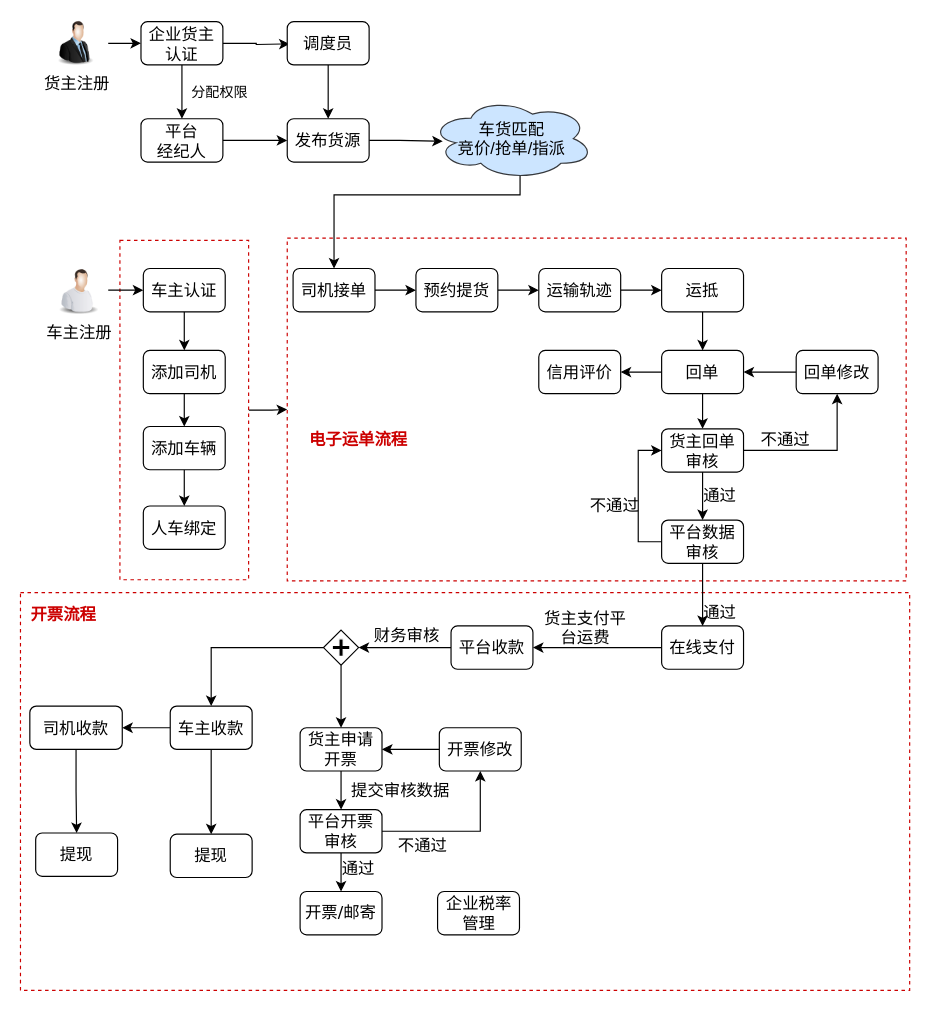
Above: 业务流程表单（新）.drawio in chenyibang/rdpwrap (draw.io), before the change. Source tidied: cells renumbered, new cells numbered last; positions are measured from the earlier drawing's top-left corner, leaving out a move shared by most shapes. Both pictures are drawn from the tidied source at 117%, with x=0, y=0 at pixel (20, 20).
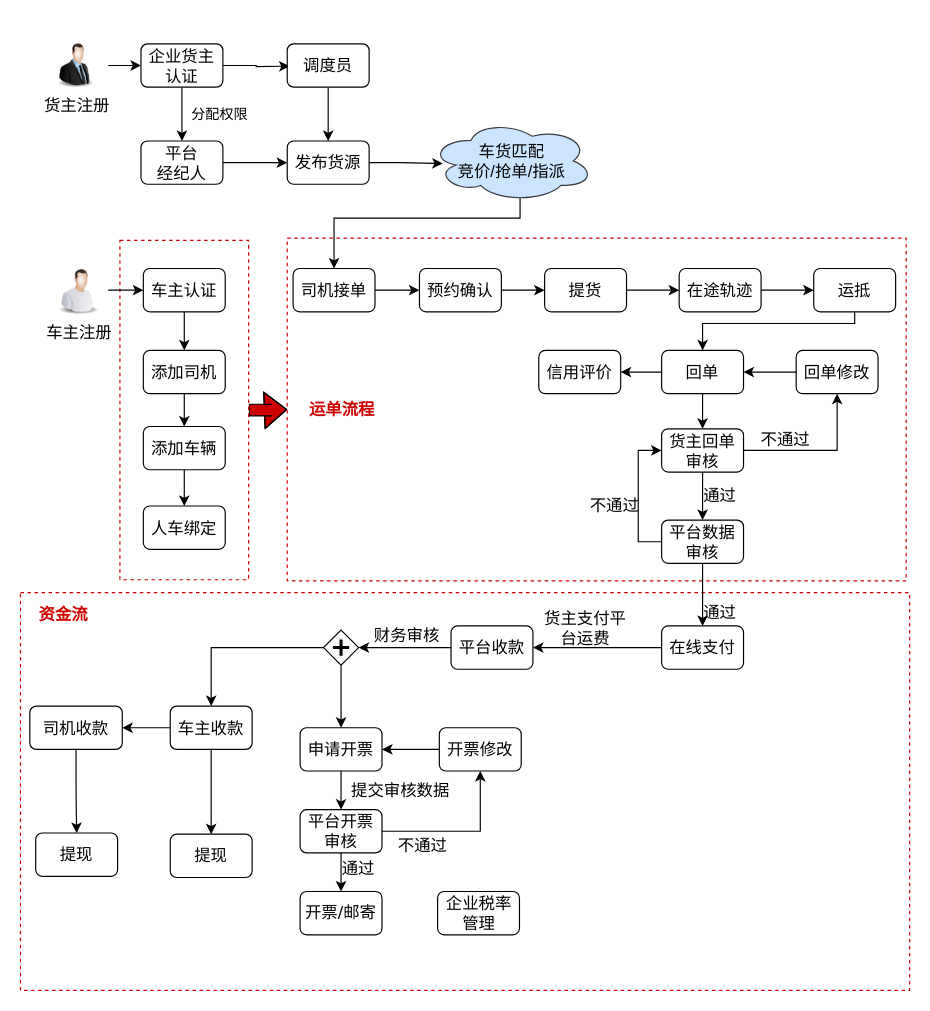
After the change.

Commit message:
更新业务流程表单（新）.drawio

The change refers to these unchanged cells:
```xml
<mxCell id="3" style="rounded=0;whiteSpace=wrap;html=1;shadow=0;glass=0;dashed=1;comic=0;fontSize=12;strokeColor=#CC0000;" parent="1" vertex="1">
  <mxGeometry x="85" y="188" width="110" height="290" as="geometry" />
</mxCell>
<mxCell id="5" style="rounded=0;whiteSpace=wrap;html=1;shadow=0;strokeWidth=1;fontFamily=Verdana;fontSize=14;dashed=1;strokeColor=#CC0000;" parent="1" vertex="1">
  <mxGeometry x="228" y="186" width="529" height="293" as="geometry" />
</mxCell>
<mxCell id="7" value="司机接单" style="rounded=1;whiteSpace=wrap;html=1;shadow=0;labelBackgroundColor=none;strokeWidth=1;fontFamily=Verdana;fontSize=14;align=center;" parent="1" vertex="1">
  <mxGeometry x="233" y="212" width="70" height="37" as="geometry" />
</mxCell>
<mxCell id="16" value="回单" style="rounded=1;whiteSpace=wrap;html=1;shadow=0;labelBackgroundColor=none;strokeWidth=1;fontFamily=Verdana;fontSize=14;align=center;" parent="1" vertex="1">
  <mxGeometry x="548" y="282" width="70" height="37" as="geometry" />
</mxCell>
```

Diff of the diagram source:
```diff
@@
-    <mxCell id="2" style="edgeStyle=orthogonalEdgeStyle;rounded=0;jettySize=auto;html=1;fontSize=12;" parent="1" edge="1" source="3" target="5">
+    <mxCell id="2" style="edgeStyle=orthogonalEdgeStyle;rounded=0;jettySize=auto;html=1;fontSize=12;shape=flexArrow;fillColor=#CC0000;strokeColor=#000000;" parent="1" edge="1" source="3" target="5">
       <mxGeometry relative="1" as="geometry" />
     </mxCell>
@@
-    <mxCell id="6" style="edgeStyle=orthogonalEdgeStyle;rounded=0;jettySize=auto;html=1;fontSize=14;fillColor=#e51400;strokeColor=#000000;" parent="1" edge="1" source="7" target="9">
-      <mxGeometry relative="1" as="geometry" />
-    </mxCell>
+    <mxCell id="83" style="edgeStyle=orthogonalEdgeStyle;rounded=0;jettySize=auto;html=1;entryX=0;entryY=0.5;entryDx=0;entryDy=0;strokeColor=#000000;fontSize=12;fontColor=#CC0000;" parent="1" edge="1" source="7" target="85">
+      <mxGeometry relative="1" as="geometry" />
+    </mxCell>
@@
-    <mxCell id="9" value="预约提货" style="rounded=1;whiteSpace=wrap;html=1;shadow=0;labelBackgroundColor=none;strokeWidth=1;fontFamily=Verdana;fontSize=14;align=center;" parent="1" vertex="1">
-      <mxGeometry x="338" y="212" width="70" height="37" as="geometry" />
+    <mxCell id="9" value="提货" style="rounded=1;whiteSpace=wrap;html=1;shadow=0;labelBackgroundColor=none;strokeWidth=1;fontFamily=Verdana;fontSize=14;align=center;" parent="1" vertex="1">
+      <mxGeometry x="448" y="212" width="70" height="37" as="geometry" />
     </mxCell>
@@
-    <mxCell id="11" value="运输轨迹" style="rounded=1;whiteSpace=wrap;html=1;shadow=0;labelBackgroundColor=none;strokeWidth=1;fontFamily=Verdana;fontSize=14;align=center;" parent="1" vertex="1">
-      <mxGeometry x="443" y="212" width="70" height="37" as="geometry" />
+    <mxCell id="11" value="在途轨迹" style="rounded=1;whiteSpace=wrap;html=1;shadow=0;labelBackgroundColor=none;strokeWidth=1;fontFamily=Verdana;fontSize=14;align=center;" parent="1" vertex="1">
+      <mxGeometry x="563" y="212" width="70" height="37" as="geometry" />
     </mxCell>
     <mxCell id="12" style="edgeStyle=orthogonalEdgeStyle;rounded=0;jettySize=auto;html=1;fontSize=14;fillColor=#e51400;strokeColor=#000000;" parent="1" edge="1" source="13" target="16">
-      <mxGeometry relative="1" as="geometry" />
+      <mxGeometry relative="1" as="geometry">
+        <Array as="points">
+          <mxPoint x="713" y="259" />
+          <mxPoint x="583" y="259" />
+        </Array>
+      </mxGeometry>
     </mxCell>
     <mxCell id="13" value="运抵" style="rounded=1;whiteSpace=wrap;html=1;shadow=0;labelBackgroundColor=none;strokeWidth=1;fontFamily=Verdana;fontSize=14;align=center;" parent="1" vertex="1">
-      <mxGeometry x="548" y="212" width="70" height="37" as="geometry" />
+      <mxGeometry x="678" y="212" width="70" height="37" as="geometry" />
     </mxCell>
@@
-    <mxCell id="26" value="货主申请开票" style="rounded=1;whiteSpace=wrap;html=1;shadow=0;labelBackgroundColor=none;strokeWidth=1;fontFamily=Verdana;fontSize=14;align=center;" parent="1" vertex="1">
+    <mxCell id="26" value="申请开票" style="rounded=1;whiteSpace=wrap;html=1;shadow=0;labelBackgroundColor=none;strokeWidth=1;fontFamily=Verdana;fontSize=14;align=center;" parent="1" vertex="1">
       <mxGeometry x="239" y="604.5" width="70" height="37" as="geometry" />
     </mxCell>
@@
     <mxCell id="40" value="发布货源" style="rounded=1;whiteSpace=wrap;html=1;shadow=0;labelBackgroundColor=none;strokeWidth=1;fontFamily=Verdana;fontSize=14;align=center;" parent="1" vertex="1">
-      <mxGeometry x="228" y="84" width="70" height="37" as="geometry" />
+      <mxGeometry x="228" y="103" width="70" height="37" as="geometry" />
     </mxCell>
@@
     <mxCell id="42" value="平台&lt;br&gt;经纪人" style="rounded=1;whiteSpace=wrap;html=1;shadow=0;labelBackgroundColor=none;strokeWidth=1;fontFamily=Verdana;fontSize=14;align=center;" parent="1" vertex="1">
-      <mxGeometry x="103" y="84" width="70" height="37" as="geometry" />
+      <mxGeometry x="103" y="103" width="70" height="37" as="geometry" />
     </mxCell>
@@
-    <mxCell id="50" value="电子运单流程" style="text;html=1;strokeColor=none;fillColor=none;align=center;verticalAlign=middle;whiteSpace=wrap;rounded=0;shadow=0;dashed=1;fontFamily=Verdana;fontSize=14;fontStyle=1;fontColor=#CC0000;" parent="1" vertex="1">
-      <mxGeometry x="242" y="348" width="94" height="20" as="geometry" />
+    <mxCell id="50" value="运单流程" style="text;html=1;strokeColor=none;fillColor=none;align=center;verticalAlign=middle;whiteSpace=wrap;rounded=0;shadow=0;dashed=1;fontFamily=Verdana;fontSize=14;fontStyle=1;fontColor=#CC0000;" parent="1" vertex="1">
+      <mxGeometry x="228" y="322.5" width="94" height="20" as="geometry" />
     </mxCell>
@@
     <mxCell id="54" value="货主注册" style="image;html=1;labelBackgroundColor=#ffffff;image=img/lib/clip_art/people/Suit_Man_128x128.png;rounded=1;shadow=0;dashed=1;strokeWidth=1;fontFamily=Verdana;fontSize=14;" parent="1" vertex="1">
-      <mxGeometry x="20" width="55" height="39" as="geometry" />
+      <mxGeometry x="20" y="19" width="55" height="39" as="geometry" />
     </mxCell>
     <mxCell id="55" style="edgeStyle=orthogonalEdgeStyle;rounded=0;jettySize=auto;html=1;entryX=0;entryY=0.5;entryDx=0;entryDy=0;fontFamily=Verdana;fontSize=14;" parent="1" edge="1" source="57">
       <mxGeometry relative="1" as="geometry">
-        <mxPoint x="230" y="20" as="targetPoint" />
+        <mxPoint x="230" y="39" as="targetPoint" />
       </mxGeometry>
     </mxCell>
@@
     <mxCell id="57" value="企业货主认证" style="rounded=1;whiteSpace=wrap;html=1;shadow=0;labelBackgroundColor=none;strokeWidth=1;fontFamily=Verdana;fontSize=14;align=center;" parent="1" vertex="1">
-      <mxGeometry x="103" y="1" width="70" height="37" as="geometry" />
+      <mxGeometry x="103" y="20" width="70" height="37" as="geometry" />
     </mxCell>
@@
     <mxCell id="59" value="调度员" style="rounded=1;whiteSpace=wrap;html=1;shadow=0;labelBackgroundColor=none;strokeWidth=1;fontFamily=Verdana;fontSize=14;align=center;" parent="1" vertex="1">
-      <mxGeometry x="228" y="1" width="70" height="37" as="geometry" />
+      <mxGeometry x="228" y="20" width="70" height="37" as="geometry" />
     </mxCell>
-    <mxCell id="60" value="开票流程" style="text;html=1;strokeColor=none;fillColor=none;align=center;verticalAlign=middle;whiteSpace=wrap;rounded=0;shadow=0;dashed=1;fontFamily=Verdana;fontSize=14;fontStyle=1;fontColor=#CC0000;" parent="1" vertex="1">
+    <mxCell id="60" value="资金流" style="text;html=1;strokeColor=none;fillColor=none;align=center;verticalAlign=middle;whiteSpace=wrap;rounded=0;shadow=0;dashed=1;fontFamily=Verdana;fontSize=14;fontStyle=1;fontColor=#CC0000;" parent="1" vertex="1">
       <mxGeometry x="8" y="497.5" width="58" height="20" as="geometry" />
     </mxCell>
@@
     <mxCell id="68" style="edgeStyle=orthogonalEdgeStyle;rounded=0;jettySize=auto;html=1;entryX=0.5;entryY=0;entryDx=0;entryDy=0;exitX=0.55;exitY=0.95;exitDx=0;exitDy=0;exitPerimeter=0;fontSize=14;fillColor=#e51400;strokeColor=#000000;" parent="1" edge="1" source="69" target="7">
       <mxGeometry relative="1" as="geometry">
         <Array as="points">
-          <mxPoint x="427" y="149" />
-          <mxPoint x="268" y="149" />
+          <mxPoint x="427" y="169" />
+          <mxPoint x="268" y="169" />
         </Array>
       </mxGeometry>
     </mxCell>
     <mxCell id="69" value="车货匹配&lt;br style=&quot;font-size: 14px&quot;&gt;竞价/抢单/指派" style="ellipse;shape=cloud;whiteSpace=wrap;html=1;fontSize=14;fillColor=#cce5ff;strokeColor=#36393d;" parent="1" vertex="1">
-      <mxGeometry x="350" y="66" width="140" height="70" as="geometry" />
+      <mxGeometry x="350" y="85" width="140" height="70" as="geometry" />
     </mxCell>
@@
     <mxCell id="72" value="分配权限" style="text;html=1;align=center;verticalAlign=middle;fontSize=12;" parent="1" vertex="1">
-      <mxGeometry x="140" y="51.5" width="60" height="20" as="geometry" />
+      <mxGeometry x="140" y="70.5" width="60" height="20" as="geometry" />
     </mxCell>
@@
+    <mxCell id="84" style="edgeStyle=orthogonalEdgeStyle;rounded=0;jettySize=auto;html=1;entryX=0;entryY=0.5;entryDx=0;entryDy=0;strokeColor=#000000;fontSize=12;fontColor=#CC0000;" parent="1" edge="1" source="85" target="9">
+      <mxGeometry relative="1" as="geometry" />
+    </mxCell>
+    <mxCell id="85" value="预约确认" style="rounded=1;whiteSpace=wrap;html=1;shadow=0;labelBackgroundColor=none;strokeWidth=1;fontFamily=Verdana;fontSize=14;align=center;" parent="1" vertex="1">
+      <mxGeometry x="341" y="212" width="70" height="37" as="geometry" />
+    </mxCell>
```
